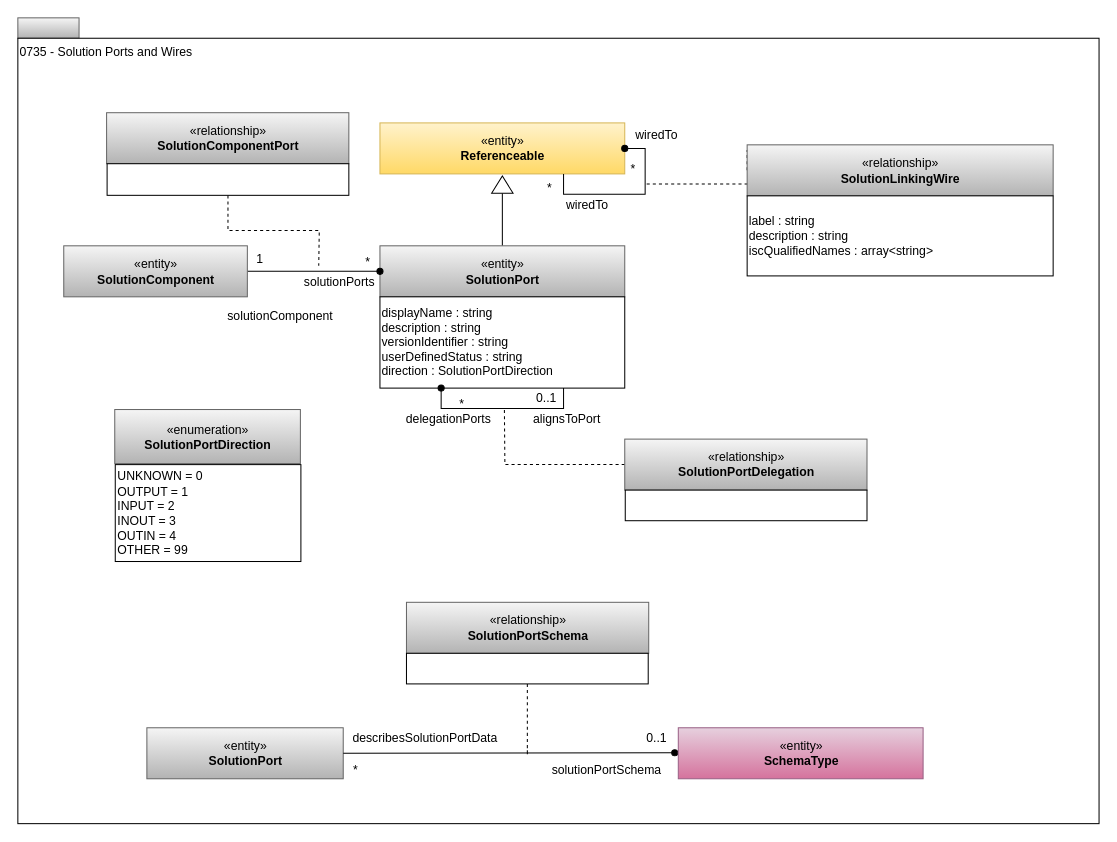
Before: page "0735-Solution-Ports-and-Wires" (8 of 17) of site/docs/types/7/area-7-lineage.drawio in odpi/egeria-docs, a draw.io diagram. Source tidied: cells renumbered, new cells numbered last; positions are measured from the earlier drawing's top-left corner, leaving out a move shared by most shapes. Both pictures are drawn from the tidied source at 102%, with x=0, y=0 at pixel (17, 17).
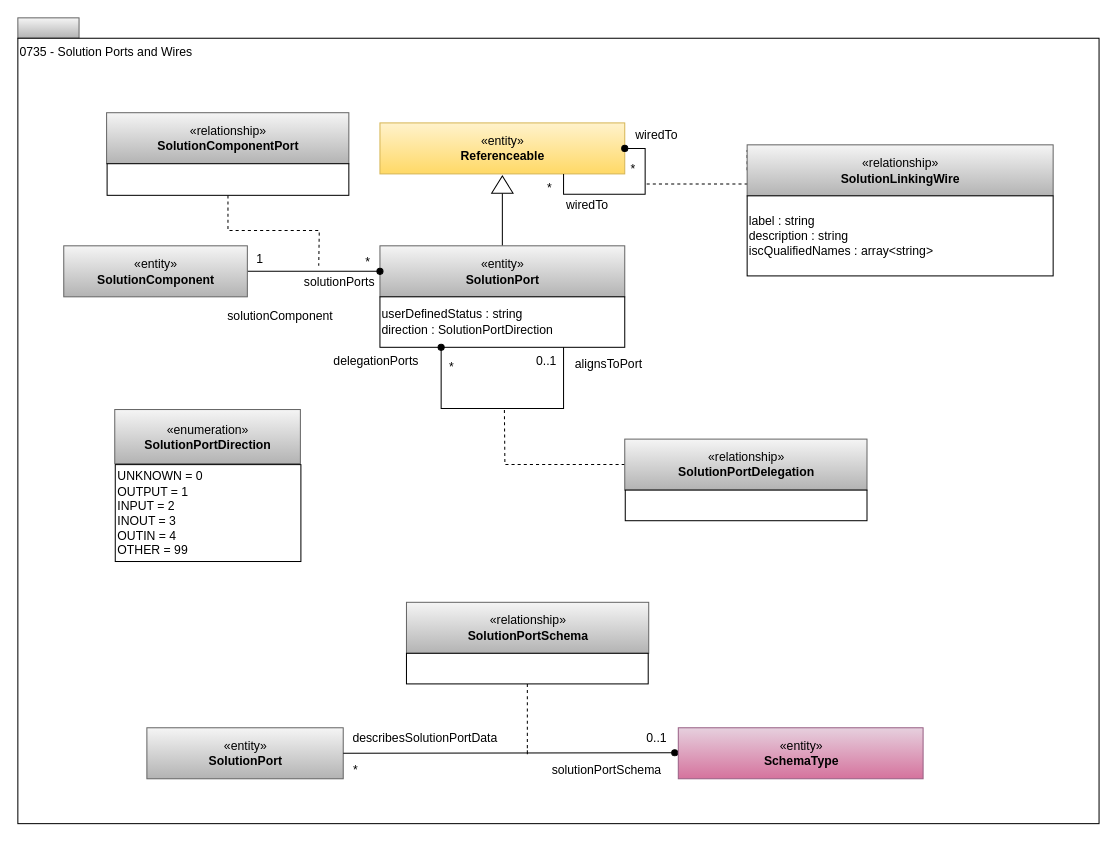
Above is the later version.

The edit, as a diff of the source:
```diff
@@
-    <mxCell id="12" value="displayName : string&lt;br&gt;description : string&lt;br&gt;versionIdentifier : string&lt;div&gt;userDefinedStatus : string&lt;br&gt;direction : SolutionPortDirection&lt;br&gt;&lt;div style=&quot;text-align: left&quot;&gt;&lt;/div&gt;&lt;/div&gt;" style="rounded=0;whiteSpace=wrap;html=1;strokeColor=#000000;gradientColor=#ffffff;align=left;" parent="1" vertex="1">
-      <mxGeometry x="355" y="273.5" width="240" height="89.5" as="geometry" />
+    <mxCell id="12" value="&lt;div&gt;userDefinedStatus : string&lt;br&gt;direction : SolutionPortDirection&lt;br&gt;&lt;div style=&quot;text-align: left&quot;&gt;&lt;/div&gt;&lt;/div&gt;" style="rounded=0;whiteSpace=wrap;html=1;strokeColor=#000000;gradientColor=#ffffff;align=left;" parent="1" vertex="1">
+      <mxGeometry x="355" y="273.5" width="240" height="49.5" as="geometry" />
     </mxCell>
@@
     <mxCell id="17" style="edgeStyle=orthogonalEdgeStyle;rounded=0;html=1;exitX=0.75;exitY=1;endArrow=oval;endFill=1;jettySize=auto;orthogonalLoop=1;entryX=0.25;entryY=1;entryDx=0;entryDy=0;exitDx=0;exitDy=0;" parent="1" edge="1" source="12" target="12">
-      <mxGeometry relative="1" as="geometry" />
+      <mxGeometry relative="1" as="geometry">
+        <Array as="points">
+          <mxPoint x="535" y="383" />
+          <mxPoint x="415" y="383" />
+        </Array>
+      </mxGeometry>
     </mxCell>
@@
     <mxCell id="21" value="0..1" style="text;html=1;align=center;verticalAlign=top;spacingTop=-4;" parent="1" vertex="1">
-      <mxGeometry x="498" y="363" width="40" height="20" as="geometry" />
+      <mxGeometry x="498" y="327" width="40" height="20" as="geometry" />
     </mxCell>
     <mxCell id="22" value="*" style="text;html=1;align=center;verticalAlign=top;spacingTop=-4;" parent="1" vertex="1">
-      <mxGeometry x="427" y="369" width="15" height="14" as="geometry" />
+      <mxGeometry x="417" y="333" width="15" height="14" as="geometry" />
     </mxCell>
     <mxCell id="23" value="delegationPorts" style="text;html=1;align=center;verticalAlign=top;spacingTop=-4;" parent="1" vertex="1">
-      <mxGeometry x="371.5" y="384" width="100" height="20" as="geometry" />
+      <mxGeometry x="301" y="327" width="100" height="20" as="geometry" />
     </mxCell>
     <mxCell id="24" value="alignsToPort" style="text;html=1;align=center;verticalAlign=top;spacingTop=-4;" parent="1" vertex="1">
-      <mxGeometry x="498" y="384" width="80" height="20" as="geometry" />
+      <mxGeometry x="538.5" y="330" width="80" height="20" as="geometry" />
     </mxCell>
```
